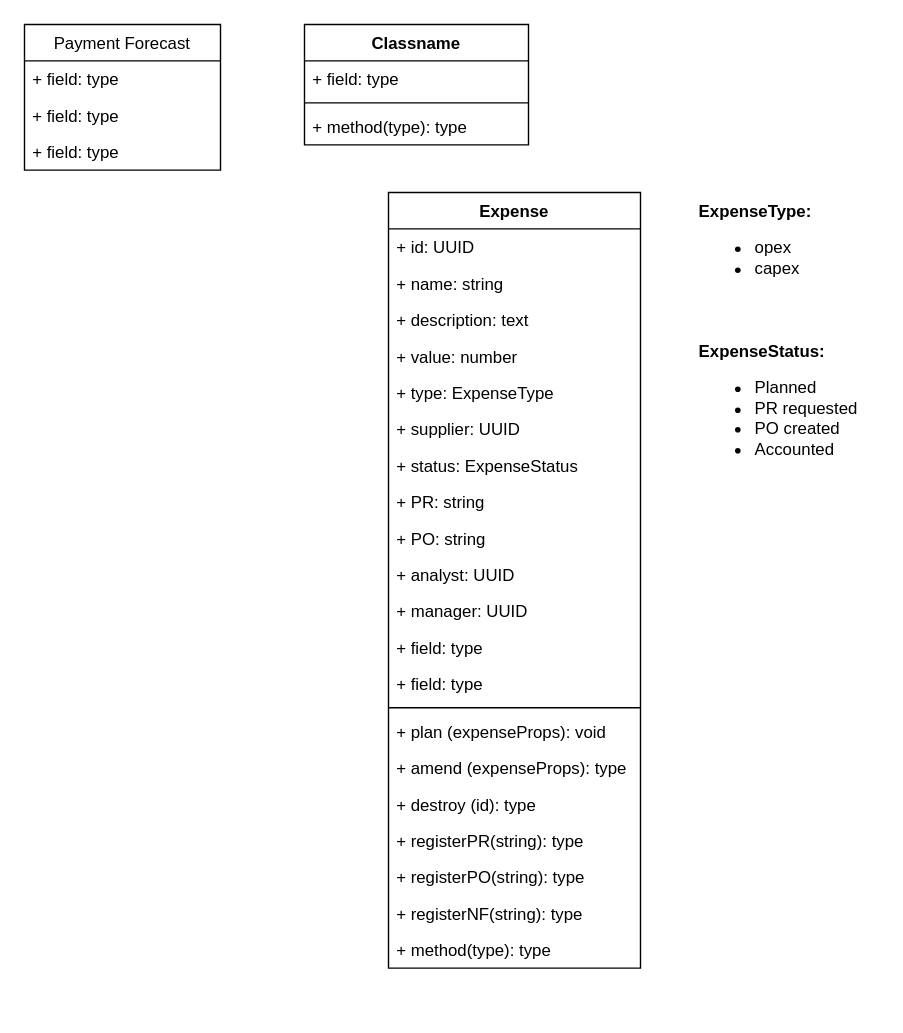
Above: uml/teste.dio in celsopires1999/cash-flow (draw.io), before the change. Source tidied: cells renumbered, new cells numbered last; positions are measured from the earlier drawing's top-left corner, leaving out a move shared by most shapes. Both pictures are drawn from the tidied source at 140%, with x=0, y=0 at pixel (24, 24).
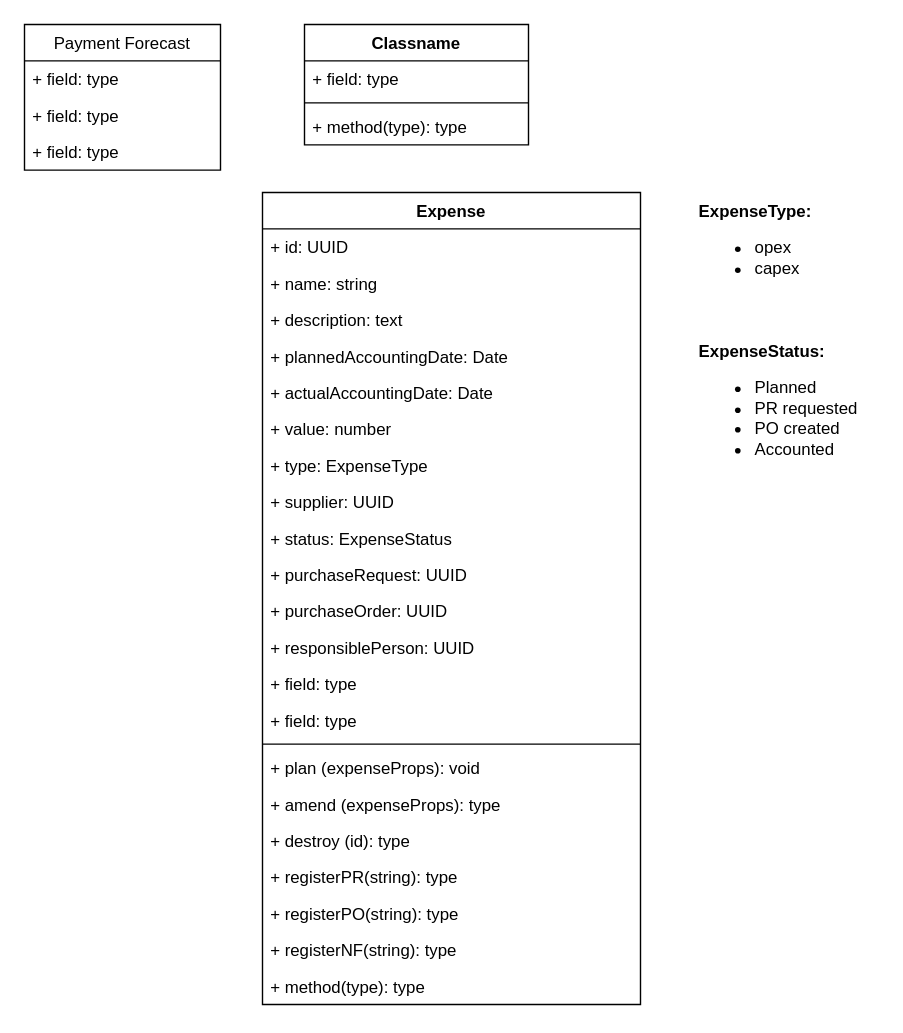
Above is the later version.

Commit message:
Accouting Dates

Diff of the diagram source:
```diff
@@
     <mxCell id="10" value="Expense" style="swimlane;fontStyle=1;align=center;verticalAlign=top;horizontal=1;startSize=26;" parent="1" vertex="1">
-      <mxGeometry x="260" y="120" width="180" height="554" as="geometry" />
+      <mxGeometry x="170" y="120" width="270" height="580" as="geometry" />
     </mxCell>
     <mxCell id="11" value="+ id: UUID" style="text;strokeColor=none;fillColor=none;align=left;verticalAlign=top;spacingLeft=4;spacingRight=4;overflow=hidden;" parent="10" vertex="1">
-      <mxGeometry y="26" width="180" height="26" as="geometry" />
+      <mxGeometry y="26" width="270" height="26" as="geometry" />
     </mxCell>
     <mxCell id="12" value="+ name: string" style="text;strokeColor=none;fillColor=none;align=left;verticalAlign=top;spacingLeft=4;spacingRight=4;overflow=hidden;" parent="10" vertex="1">
-      <mxGeometry y="52" width="180" height="26" as="geometry" />
+      <mxGeometry y="52" width="270" height="26" as="geometry" />
     </mxCell>
     <mxCell id="13" value="+ description: text" style="text;strokeColor=none;fillColor=none;align=left;verticalAlign=top;spacingLeft=4;spacingRight=4;overflow=hidden;" parent="10" vertex="1">
-      <mxGeometry y="78" width="180" height="26" as="geometry" />
+      <mxGeometry y="78" width="270" height="26" as="geometry" />
     </mxCell>
+    <mxCell id="34" value="+ plannedAccountingDate: Date" style="text;strokeColor=none;fillColor=none;align=left;verticalAlign=top;spacingLeft=4;spacingRight=4;overflow=hidden;" parent="10" vertex="1">
+      <mxGeometry y="104" width="270" height="26" as="geometry" />
+    </mxCell>
+    <mxCell id="35" value="+ actualAccountingDate: Date" style="text;strokeColor=none;fillColor=none;align=left;verticalAlign=top;spacingLeft=4;spacingRight=4;overflow=hidden;" parent="10" vertex="1">
+      <mxGeometry y="130" width="270" height="26" as="geometry" />
+    </mxCell>
     <mxCell id="14" value="+ value: number" style="text;strokeColor=none;fillColor=none;align=left;verticalAlign=top;spacingLeft=4;spacingRight=4;overflow=hidden;" parent="10" vertex="1">
-      <mxGeometry y="104" width="180" height="26" as="geometry" />
+      <mxGeometry y="156" width="270" height="26" as="geometry" />
     </mxCell>
     <mxCell id="15" value="+ type: ExpenseType" style="text;strokeColor=none;fillColor=none;align=left;verticalAlign=top;spacingLeft=4;spacingRight=4;overflow=hidden;" parent="10" vertex="1">
-      <mxGeometry y="130" width="180" height="26" as="geometry" />
+      <mxGeometry y="182" width="270" height="26" as="geometry" />
     </mxCell>
     <mxCell id="16" value="+ supplier: UUID" style="text;strokeColor=none;fillColor=none;align=left;verticalAlign=top;spacingLeft=4;spacingRight=4;overflow=hidden;" parent="10" vertex="1">
-      <mxGeometry y="156" width="180" height="26" as="geometry" />
+      <mxGeometry y="208" width="270" height="26" as="geometry" />
     </mxCell>
     <mxCell id="17" value="+ status: ExpenseStatus" style="text;strokeColor=none;fillColor=none;align=left;verticalAlign=top;spacingLeft=4;spacingRight=4;overflow=hidden;" parent="10" vertex="1">
-      <mxGeometry y="182" width="180" height="26" as="geometry" />
+      <mxGeometry y="234" width="270" height="26" as="geometry" />
     </mxCell>
-    <mxCell id="18" value="+ PR: string" style="text;strokeColor=none;fillColor=none;align=left;verticalAlign=top;spacingLeft=4;spacingRight=4;overflow=hidden;" parent="10" vertex="1">
-      <mxGeometry y="208" width="180" height="26" as="geometry" />
+    <mxCell id="18" value="+ purchaseRequest: UUID" style="text;strokeColor=none;fillColor=none;align=left;verticalAlign=top;spacingLeft=4;spacingRight=4;overflow=hidden;" parent="10" vertex="1">
+      <mxGeometry y="260" width="270" height="26" as="geometry" />
     </mxCell>
-    <mxCell id="19" value="+ PO: string" style="text;strokeColor=none;fillColor=none;align=left;verticalAlign=top;spacingLeft=4;spacingRight=4;overflow=hidden;" parent="10" vertex="1">
-      <mxGeometry y="234" width="180" height="26" as="geometry" />
+    <mxCell id="19" value="+ purchaseOrder: UUID" style="text;strokeColor=none;fillColor=none;align=left;verticalAlign=top;spacingLeft=4;spacingRight=4;overflow=hidden;" parent="10" vertex="1">
+      <mxGeometry y="286" width="270" height="26" as="geometry" />
     </mxCell>
-    <mxCell id="20" value="+ analyst: UUID" style="text;strokeColor=none;fillColor=none;align=left;verticalAlign=top;spacingLeft=4;spacingRight=4;overflow=hidden;" parent="10" vertex="1">
-      <mxGeometry y="260" width="180" height="26" as="geometry" />
+    <mxCell id="20" value="+ responsiblePerson: UUID" style="text;strokeColor=none;fillColor=none;align=left;verticalAlign=top;spacingLeft=4;spacingRight=4;overflow=hidden;" parent="10" vertex="1">
+      <mxGeometry y="312" width="270" height="26" as="geometry" />
     </mxCell>
-    <mxCell id="21" value="+ manager: UUID" style="text;strokeColor=none;fillColor=none;align=left;verticalAlign=top;spacingLeft=4;spacingRight=4;overflow=hidden;" parent="10" vertex="1">
-      <mxGeometry y="286" width="180" height="26" as="geometry" />
-    </mxCell>
     <mxCell id="22" value="+ field: type" style="text;strokeColor=none;fillColor=none;align=left;verticalAlign=top;spacingLeft=4;spacingRight=4;overflow=hidden;" parent="10" vertex="1">
-      <mxGeometry y="312" width="180" height="26" as="geometry" />
+      <mxGeometry y="338" width="270" height="26" as="geometry" />
     </mxCell>
     <mxCell id="23" value="+ field: type" style="text;strokeColor=none;fillColor=none;align=left;verticalAlign=top;spacingLeft=4;spacingRight=4;overflow=hidden;" parent="10" vertex="1">
-      <mxGeometry y="338" width="180" height="26" as="geometry" />
+      <mxGeometry y="364" width="270" height="26" as="geometry" />
     </mxCell>
     <mxCell id="24" style="line;strokeWidth=1;fillColor=none;align=left;verticalAlign=middle;spacingTop=-1;spacingLeft=3;spacingRight=3;labelPosition=right;" parent="10" vertex="1">
-      <mxGeometry y="364" width="180" height="8" as="geometry" />
+      <mxGeometry y="390" width="270" height="8" as="geometry" />
     </mxCell>
     <mxCell id="25" value="+ plan (expenseProps): void" style="text;strokeColor=none;fillColor=none;align=left;verticalAlign=top;spacingLeft=4;spacingRight=4;overflow=hidden;" parent="10" vertex="1">
-      <mxGeometry y="372" width="180" height="26" as="geometry" />
+      <mxGeometry y="398" width="270" height="26" as="geometry" />
     </mxCell>
     <mxCell id="26" value="+ amend (expenseProps): type" style="text;strokeColor=none;fillColor=none;align=left;verticalAlign=top;spacingLeft=4;spacingRight=4;overflow=hidden;" parent="10" vertex="1">
-      <mxGeometry y="398" width="180" height="26" as="geometry" />
+      <mxGeometry y="424" width="270" height="26" as="geometry" />
     </mxCell>
     <mxCell id="27" value="+ destroy (id): type" style="text;strokeColor=none;fillColor=none;align=left;verticalAlign=top;spacingLeft=4;spacingRight=4;overflow=hidden;" parent="10" vertex="1">
-      <mxGeometry y="424" width="180" height="26" as="geometry" />
+      <mxGeometry y="450" width="270" height="26" as="geometry" />
     </mxCell>
     <mxCell id="28" value="+ registerPR(string): type" style="text;strokeColor=none;fillColor=none;align=left;verticalAlign=top;spacingLeft=4;spacingRight=4;overflow=hidden;" parent="10" vertex="1">
-      <mxGeometry y="450" width="180" height="26" as="geometry" />
+      <mxGeometry y="476" width="270" height="26" as="geometry" />
     </mxCell>
     <mxCell id="29" value="+ registerPO(string): type" style="text;strokeColor=none;fillColor=none;align=left;verticalAlign=top;spacingLeft=4;spacingRight=4;overflow=hidden;" parent="10" vertex="1">
-      <mxGeometry y="476" width="180" height="26" as="geometry" />
+      <mxGeometry y="502" width="270" height="26" as="geometry" />
     </mxCell>
     <mxCell id="30" value="+ registerNF(string): type" style="text;strokeColor=none;fillColor=none;align=left;verticalAlign=top;spacingLeft=4;spacingRight=4;overflow=hidden;" parent="10" vertex="1">
-      <mxGeometry y="502" width="180" height="26" as="geometry" />
+      <mxGeometry y="528" width="270" height="26" as="geometry" />
     </mxCell>
     <mxCell id="31" value="+ method(type): type" style="text;strokeColor=none;fillColor=none;align=left;verticalAlign=top;spacingLeft=4;spacingRight=4;overflow=hidden;" parent="10" vertex="1">
-      <mxGeometry y="528" width="180" height="26" as="geometry" />
+      <mxGeometry y="554" width="270" height="26" as="geometry" />
     </mxCell>
```
